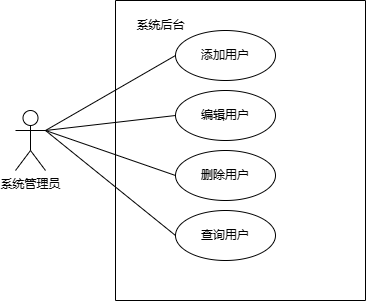
Above: 用户权限管理用例图.png in 1940403482/1940403482.GitHub.io (draw.io), before the change. Source tidied: cells renumbered, new cells last; positions are measured from the earlier drawing's top-left corner, leaving out a move shared by most shapes.
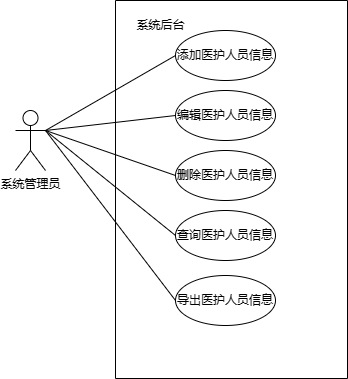
The same file after the commit.

Commit message:
更新用户权限管理用例图.png

Diff of the diagram source:
```diff
@@ -5,16 +5,16 @@
     <mxCell id="2" value="系统管理员" style="shape=umlActor;verticalLabelPosition=bottom;verticalAlign=top;html=1;outlineConnect=0;" parent="1" vertex="1">
       <mxGeometry y="110" width="30" height="60" as="geometry" />
     </mxCell>
-    <mxCell id="3" value="添加用户" style="ellipse;whiteSpace=wrap;html=1;" parent="1" vertex="1">
+    <mxCell id="3" value="添加医护人员信息" style="ellipse;whiteSpace=wrap;html=1;" parent="1" vertex="1">
       <mxGeometry x="160" y="30" width="100" height="50" as="geometry" />
     </mxCell>
-    <mxCell id="4" value="编辑用户" style="ellipse;whiteSpace=wrap;html=1;" parent="1" vertex="1">
+    <mxCell id="4" value="编辑医护人员信息" style="ellipse;whiteSpace=wrap;html=1;" parent="1" vertex="1">
       <mxGeometry x="160" y="90" width="100" height="50" as="geometry" />
     </mxCell>
-    <mxCell id="5" value="删除用户" style="ellipse;whiteSpace=wrap;html=1;" parent="1" vertex="1">
+    <mxCell id="5" value="删除医护人员信息" style="ellipse;whiteSpace=wrap;html=1;" parent="1" vertex="1">
       <mxGeometry x="160" y="150" width="100" height="50" as="geometry" />
     </mxCell>
-    <mxCell id="6" value="查询用户" style="ellipse;whiteSpace=wrap;html=1;" parent="1" vertex="1">
+    <mxCell id="6" value="查询医护人员信息" style="ellipse;whiteSpace=wrap;html=1;" parent="1" vertex="1">
       <mxGeometry x="160" y="210" width="100" height="50" as="geometry" />
     </mxCell>
     <mxCell id="7" style="endArrow=none;html=1;rounded=0;entryX=0;entryY=0.5;entryDx=0;entryDy=0;" parent="1" edge="1" target="3">
@@ -34,10 +34,16 @@
       <mxGeometry relative="1" as="geometry" />
     </mxCell>
     <mxCell id="11" style="swimlane;startSize=0;" parent="1" vertex="1">
-      <mxGeometry x="100" width="250" height="300" as="geometry" />
+      <mxGeometry x="100" width="232" height="378" as="geometry" />
     </mxCell>
     <mxCell id="12" value="系统后台" style="text;html=1;align=center;verticalAlign=middle;strokeColor=none;fillColor=none;" parent="11" vertex="1">
       <mxGeometry x="10" y="10" width="70" height="30" as="geometry" />
     </mxCell>
+    <mxCell id="13" value="导出医护人员信息" style="ellipse;whiteSpace=wrap;html=1;" parent="11" vertex="1">
+      <mxGeometry x="60" y="275" width="100" height="50" as="geometry" />
+    </mxCell>
+    <mxCell id="14" style="endArrow=none;html=1;rounded=0;entryX=0;entryY=0.5;entryDx=0;entryDy=0;exitX=1;exitY=0.3333333333333333;exitDx=0;exitDy=0;exitPerimeter=0;" parent="1" edge="1" source="2" target="13">
+      <mxGeometry relative="1" as="geometry" />
+    </mxCell>
   </root>
 </mxGraphModel>
```
